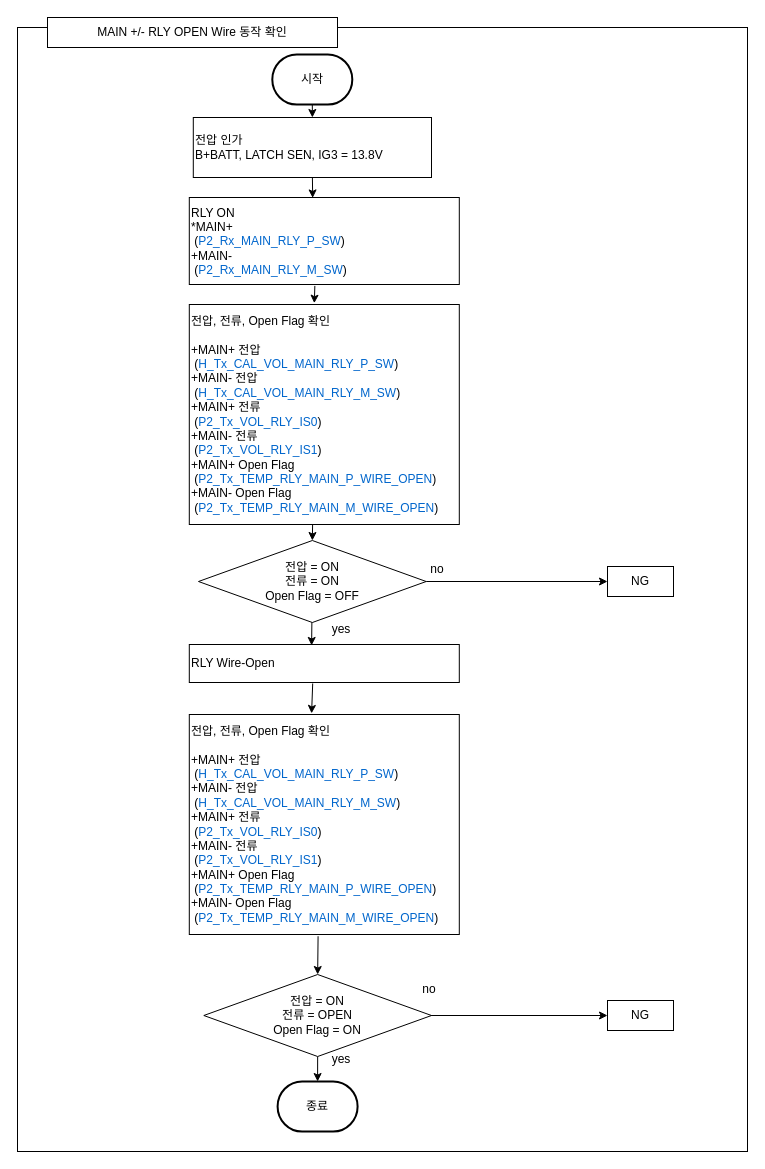
This is MAIN +/- RLY OPEN Wire 동작 확인.drawio from chaeyoonl/state-transition-diagram-test, a draw.io file, before an edit. Source tidied: cells renumbered, new cells numbered last; positions are measured from the earlier drawing's top-left corner, leaving out a move shared by most shapes. Both pictures are drawn from the tidied source at 100%, with x=0, y=0 at pixel (17, 17).
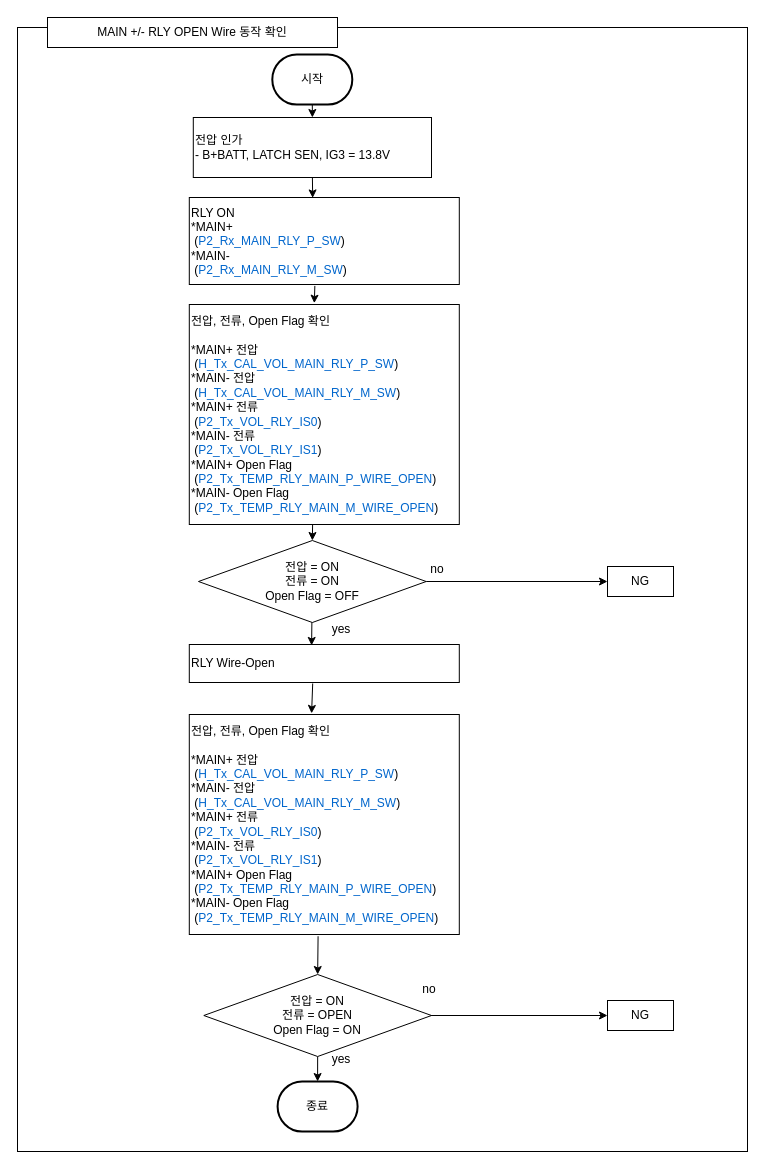
Above is the later version.

Commit message:
MAIN +/- RLY OPEN Wire 동작 확인.drawio 업데이트

The edit, as a diff of the source:
```diff
@@
-    <mxCell id="7" value="전압 인가&lt;br&gt;B+BATT, LATCH SEN, IG3 = 13.8V" style="rounded=0;whiteSpace=wrap;html=1;align=left;" parent="1" vertex="1">
+    <mxCell id="7" value="전압 인가&lt;br&gt;- B+BATT, LATCH SEN, IG3 = 13.8V" style="rounded=0;whiteSpace=wrap;html=1;align=left;" parent="1" vertex="1">
       <mxGeometry x="175.8" y="100" width="238.2" height="60" as="geometry" />
     </mxCell>
@@
-    <mxCell id="9" value="RLY ON&lt;br&gt;*MAIN+&lt;br&gt;&amp;nbsp;(&lt;font color=&quot;#0066cc&quot;&gt;P2_Rx_MAIN_RLY_P_SW&lt;/font&gt;)&lt;br&gt;+MAIN-&lt;br&gt;&amp;nbsp;(&lt;font color=&quot;#0066cc&quot;&gt;P2_Rx_MAIN_RLY_M_SW&lt;/font&gt;)" style="rounded=0;whiteSpace=wrap;html=1;align=left;" parent="1" vertex="1">
+    <mxCell id="9" value="RLY ON&lt;br&gt;*MAIN+&lt;br&gt;&amp;nbsp;(&lt;font color=&quot;#0066cc&quot;&gt;P2_Rx_MAIN_RLY_P_SW&lt;/font&gt;)&lt;br&gt;*MAIN-&lt;br&gt;&amp;nbsp;(&lt;font color=&quot;#0066cc&quot;&gt;P2_Rx_MAIN_RLY_M_SW&lt;/font&gt;)" style="rounded=0;whiteSpace=wrap;html=1;align=left;" parent="1" vertex="1">
       <mxGeometry x="171.8" y="180" width="270" height="87" as="geometry" />
     </mxCell>
@@
-    <mxCell id="24" value="전압, 전류, Open Flag 확인&lt;br&gt;&lt;br&gt;+MAIN+ 전압&lt;br&gt;&amp;nbsp;(&lt;font color=&quot;#0066cc&quot;&gt;H_Tx_CAL_VOL_MAIN_RLY_P_SW&lt;/font&gt;)&lt;br&gt;+MAIN- 전압&lt;br&gt;&amp;nbsp;(&lt;font color=&quot;#0066cc&quot;&gt;H_Tx_CAL_VOL_MAIN_RLY_M_SW&lt;/font&gt;)&lt;br&gt;+MAIN+ 전류&lt;br style=&quot;border-color: var(--border-color);&quot;&gt;&amp;nbsp;(&lt;font color=&quot;#0066cc&quot;&gt;P2_Tx_VOL_RLY_IS0&lt;/font&gt;)&lt;br style=&quot;border-color: var(--border-color);&quot;&gt;+MAIN- 전류&lt;br style=&quot;border-color: var(--border-color);&quot;&gt;&amp;nbsp;(&lt;font color=&quot;#0066cc&quot;&gt;P2_Tx_VOL_RLY_IS1&lt;/font&gt;)&lt;br&gt;+MAIN+ Open Flag&lt;br style=&quot;border-color: var(--border-color);&quot;&gt;&amp;nbsp;(&lt;font color=&quot;#0066cc&quot;&gt;P2_Tx_TEMP_RLY_MAIN_P_WIRE_OPEN&lt;/font&gt;)&lt;br style=&quot;border-color: var(--border-color);&quot;&gt;+MAIN- Open Flag&lt;br style=&quot;border-color: var(--border-color);&quot;&gt;&amp;nbsp;(&lt;font color=&quot;#0066cc&quot;&gt;P2_Tx_TEMP_RLY_MAIN_M_WIRE_OPEN&lt;/font&gt;)" style="rounded=0;whiteSpace=wrap;html=1;align=left;" parent="1" vertex="1">
+    <mxCell id="24" value="전압, 전류, Open Flag 확인&lt;br&gt;&lt;br&gt;*MAIN+ 전압&lt;br&gt;&amp;nbsp;(&lt;font color=&quot;#0066cc&quot;&gt;H_Tx_CAL_VOL_MAIN_RLY_P_SW&lt;/font&gt;)&lt;br&gt;*MAIN- 전압&lt;br&gt;&amp;nbsp;(&lt;font color=&quot;#0066cc&quot;&gt;H_Tx_CAL_VOL_MAIN_RLY_M_SW&lt;/font&gt;)&lt;br&gt;*MAIN+ 전류&lt;br style=&quot;border-color: var(--border-color);&quot;&gt;&amp;nbsp;(&lt;font color=&quot;#0066cc&quot;&gt;P2_Tx_VOL_RLY_IS0&lt;/font&gt;)&lt;br style=&quot;border-color: var(--border-color);&quot;&gt;*MAIN- 전류&lt;br style=&quot;border-color: var(--border-color);&quot;&gt;&amp;nbsp;(&lt;font color=&quot;#0066cc&quot;&gt;P2_Tx_VOL_RLY_IS1&lt;/font&gt;)&lt;br&gt;*MAIN+ Open Flag&lt;br style=&quot;border-color: var(--border-color);&quot;&gt;&amp;nbsp;(&lt;font color=&quot;#0066cc&quot;&gt;P2_Tx_TEMP_RLY_MAIN_P_WIRE_OPEN&lt;/font&gt;)&lt;br style=&quot;border-color: var(--border-color);&quot;&gt;*MAIN- Open Flag&lt;br style=&quot;border-color: var(--border-color);&quot;&gt;&amp;nbsp;(&lt;font color=&quot;#0066cc&quot;&gt;P2_Tx_TEMP_RLY_MAIN_M_WIRE_OPEN&lt;/font&gt;)" style="rounded=0;whiteSpace=wrap;html=1;align=left;" parent="1" vertex="1">
       <mxGeometry x="171.8" y="287" width="270" height="220" as="geometry" />
     </mxCell>
@@
-    <mxCell id="26" value="전압, 전류, Open Flag 확인&lt;br&gt;&lt;br&gt;+MAIN+ 전압&lt;br&gt;&amp;nbsp;(&lt;font color=&quot;#0066cc&quot;&gt;H_Tx_CAL_VOL_MAIN_RLY_P_SW&lt;/font&gt;)&lt;br&gt;+MAIN- 전압&lt;br&gt;&amp;nbsp;(&lt;font color=&quot;#0066cc&quot;&gt;H_Tx_CAL_VOL_MAIN_RLY_M_SW&lt;/font&gt;)&lt;br&gt;+MAIN+ 전류&lt;br style=&quot;border-color: var(--border-color);&quot;&gt;&amp;nbsp;(&lt;font color=&quot;#0066cc&quot;&gt;P2_Tx_VOL_RLY_IS0&lt;/font&gt;)&lt;br style=&quot;border-color: var(--border-color);&quot;&gt;+MAIN- 전류&lt;br style=&quot;border-color: var(--border-color);&quot;&gt;&amp;nbsp;(&lt;font color=&quot;#0066cc&quot;&gt;P2_Tx_VOL_RLY_IS1&lt;/font&gt;)&lt;br&gt;+MAIN+ Open Flag&lt;br style=&quot;border-color: var(--border-color);&quot;&gt;&amp;nbsp;(&lt;font color=&quot;#0066cc&quot;&gt;P2_Tx_TEMP_RLY_MAIN_P_WIRE_OPEN&lt;/font&gt;)&lt;br style=&quot;border-color: var(--border-color);&quot;&gt;+MAIN- Open Flag&lt;br style=&quot;border-color: var(--border-color);&quot;&gt;&amp;nbsp;(&lt;font color=&quot;#0066cc&quot;&gt;P2_Tx_TEMP_RLY_MAIN_M_WIRE_OPEN&lt;/font&gt;)" style="rounded=0;whiteSpace=wrap;html=1;align=left;" parent="1" vertex="1">
+    <mxCell id="26" value="전압, 전류, Open Flag 확인&lt;br&gt;&lt;br&gt;*MAIN+ 전압&lt;br&gt;&amp;nbsp;(&lt;font color=&quot;#0066cc&quot;&gt;H_Tx_CAL_VOL_MAIN_RLY_P_SW&lt;/font&gt;)&lt;br&gt;*MAIN- 전압&lt;br&gt;&amp;nbsp;(&lt;font color=&quot;#0066cc&quot;&gt;H_Tx_CAL_VOL_MAIN_RLY_M_SW&lt;/font&gt;)&lt;br&gt;*MAIN+ 전류&lt;br style=&quot;border-color: var(--border-color);&quot;&gt;&amp;nbsp;(&lt;font color=&quot;#0066cc&quot;&gt;P2_Tx_VOL_RLY_IS0&lt;/font&gt;)&lt;br style=&quot;border-color: var(--border-color);&quot;&gt;*MAIN- 전류&lt;br style=&quot;border-color: var(--border-color);&quot;&gt;&amp;nbsp;(&lt;font color=&quot;#0066cc&quot;&gt;P2_Tx_VOL_RLY_IS1&lt;/font&gt;)&lt;br&gt;*MAIN+ Open Flag&lt;br style=&quot;border-color: var(--border-color);&quot;&gt;&amp;nbsp;(&lt;font color=&quot;#0066cc&quot;&gt;P2_Tx_TEMP_RLY_MAIN_P_WIRE_OPEN&lt;/font&gt;)&lt;br style=&quot;border-color: var(--border-color);&quot;&gt;*MAIN- Open Flag&lt;br style=&quot;border-color: var(--border-color);&quot;&gt;&amp;nbsp;(&lt;font color=&quot;#0066cc&quot;&gt;P2_Tx_TEMP_RLY_MAIN_M_WIRE_OPEN&lt;/font&gt;)" style="rounded=0;whiteSpace=wrap;html=1;align=left;" parent="1" vertex="1">
       <mxGeometry x="171.8" y="697" width="270" height="220" as="geometry" />
     </mxCell>
```
